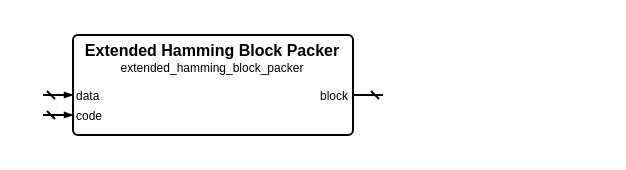
This is sources/error_control/extended_hamming/extended_hamming_block_packer.symbol.drawio from Louis-DR/OmniCores-BuildingBlocks, a draw.io file, before an edit. Source tidied: cells renumbered, new cells numbered last; positions are measured from the earlier drawing's top-left corner, leaving out a move shared by most shapes. Both pictures are drawn from the tidied source at 200%, with x=0, y=0 at pixel (42, 34).
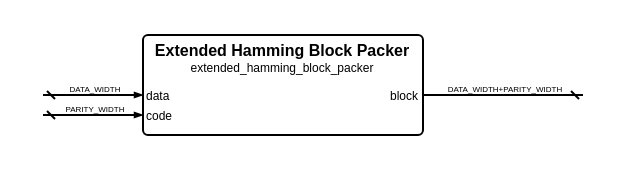
The same diagram, later.

What changed in the source:
```diff
@@
 <mxGraphModel>
   <root>
     <mxCell id="0" />
     <mxCell id="1" parent="0" />
     <mxCell id="2" style="group;" parent="1" vertex="1">
-      <mxGeometry width="170" height="50" as="geometry" />
+      <mxGeometry width="270" height="50" as="geometry" />
     </mxCell>
     <mxCell id="3" style="rounded=1;arcSize=5;fillColor=none;strokeWidth=1;strokeColor=black;whiteSpace=wrap;html=1;" parent="2" vertex="1">
-      <mxGeometry x="15" width="140" height="50" as="geometry" />
+      <mxGeometry x="50" width="140" height="50" as="geometry" />
     </mxCell>
     <mxCell id="4" value="Extended Hamming Block Packer" style="text;html=1;align=center;verticalAlign=middle;whiteSpace=wrap;rounded=0;fontSize=8;fontStyle=1;fontColor=black;" parent="2" vertex="1">
-      <mxGeometry x="15" y="7" width="140" as="geometry" />
+      <mxGeometry x="50" y="7" width="140" as="geometry" />
     </mxCell>
     <mxCell id="5" value="extended_hamming_block_packer" style="text;html=1;align=center;verticalAlign=middle;whiteSpace=wrap;rounded=0;fontSize=6;fontStyle=0;fontColor=black;" parent="2" vertex="1">
-      <mxGeometry x="15" y="16" width="140" as="geometry" />
+      <mxGeometry x="50" y="16" width="140" as="geometry" />
     </mxCell>
     <mxCell id="6" value="data" style="text;html=1;align=left;verticalAlign=middle;whiteSpace=wrap;rounded=0;fontSize=6;fontStyle=0;fontColor=black;" parent="2" vertex="1">
-      <mxGeometry x="15" y="30" width="140" as="geometry" />
+      <mxGeometry x="50" y="30" width="140" as="geometry" />
     </mxCell>
     <mxCell id="7" style="html=1;rounded=1;strokeWidth=1;strokeColor=black;startFill=0;startSize=2;startArrow=dash;endFill=1;endSize=2;endArrow=blockThin;sourcePerimeterSpacing=0;" parent="2" edge="1">
       <mxGeometry relative="1" as="geometry">
         <mxPoint y="30" as="sourcePoint" />
-        <mxPoint x="15" y="30" as="targetPoint" />
+        <mxPoint x="50" y="30" as="targetPoint" />
       </mxGeometry>
     </mxCell>
+    <mxCell id="12" value="DATA_WIDTH" style="text;html=1;align=center;verticalAlign=middle;whiteSpace=nowrap;rounded=0;fontSize=4;fontStyle=0;fontColor=black;" parent="2" vertex="1">
+      <mxGeometry x="25" y="27" as="geometry" />
+    </mxCell>
     <mxCell id="8" value="block" style="text;html=1;align=right;verticalAlign=middle;whiteSpace=wrap;rounded=0;fontSize=6;fontStyle=0;fontColor=black;" parent="2" vertex="1">
-      <mxGeometry x="15" y="30" width="140" as="geometry" />
+      <mxGeometry x="50" y="30" width="140" as="geometry" />
     </mxCell>
     <mxCell id="9" style="html=1;rounded=1;strokeWidth=1;strokeColor=black;startFill=0;startSize=2;startArrow=dash;endFill=1;endSize=2;endArrow=none;sourcePerimeterSpacing=0;" parent="2" edge="1">
       <mxGeometry relative="1" as="geometry">
-        <mxPoint x="170" y="30" as="sourcePoint" />
-        <mxPoint x="155" y="30" as="targetPoint" />
+        <mxPoint x="270" y="30" as="sourcePoint" />
+        <mxPoint x="190" y="30" as="targetPoint" />
       </mxGeometry>
     </mxCell>
+    <mxCell id="13" value="DATA_WIDTH+PARITY_WIDTH" style="text;html=1;align=center;verticalAlign=middle;whiteSpace=nowrap;rounded=0;fontSize=4;fontStyle=0;fontColor=black;" parent="2" vertex="1">
+      <mxGeometry x="230" y="27" as="geometry" />
+    </mxCell>
     <mxCell id="10" value="code" style="text;html=1;align=left;verticalAlign=middle;whiteSpace=wrap;rounded=0;fontSize=6;fontStyle=0;fontColor=black;" parent="2" vertex="1">
-      <mxGeometry x="15" y="40" width="140" as="geometry" />
+      <mxGeometry x="50" y="40" width="140" as="geometry" />
     </mxCell>
     <mxCell id="11" style="html=1;rounded=1;strokeWidth=1;strokeColor=black;startFill=0;startSize=2;startArrow=dash;endFill=1;endSize=2;endArrow=blockThin;sourcePerimeterSpacing=0;" parent="2" edge="1">
       <mxGeometry relative="1" as="geometry">
         <mxPoint y="40" as="sourcePoint" />
-        <mxPoint x="15" y="40" as="targetPoint" />
+        <mxPoint x="50" y="40" as="targetPoint" />
       </mxGeometry>
     </mxCell>
+    <mxCell id="14" value="PARITY_WIDTH" style="text;html=1;align=center;verticalAlign=middle;whiteSpace=nowrap;rounded=0;fontSize=4;fontStyle=0;fontColor=black;" parent="2" vertex="1">
+      <mxGeometry x="25" y="37" as="geometry" />
+    </mxCell>
   </root>
 </mxGraphModel>
```
